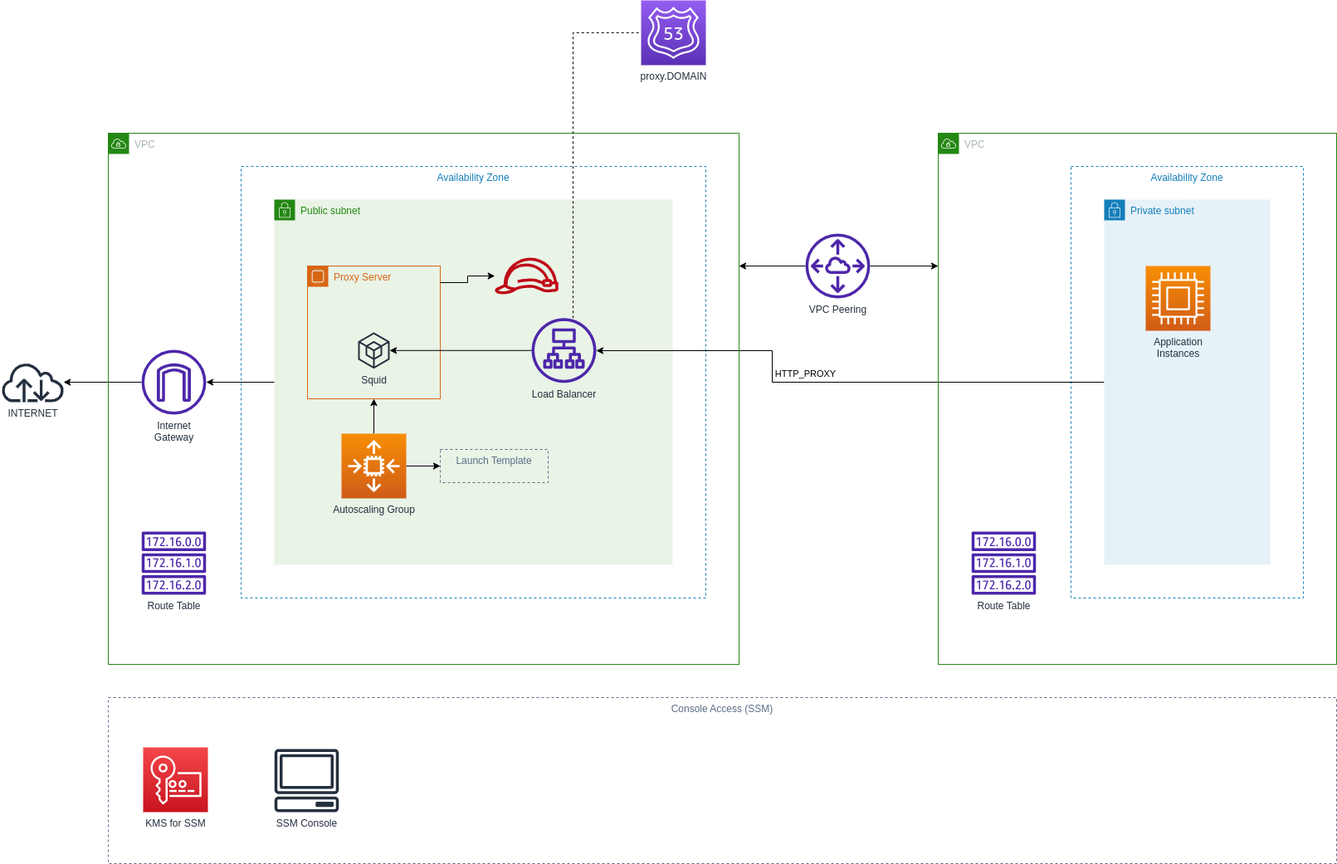
Above: images/vpc_design.png in nicc777/exploring-aws-kinesis (draw.io), before the change. Source tidied: cells renumbered, new cells last; positions are measured from the earlier drawing's top-left corner, leaving out a move shared by most shapes.
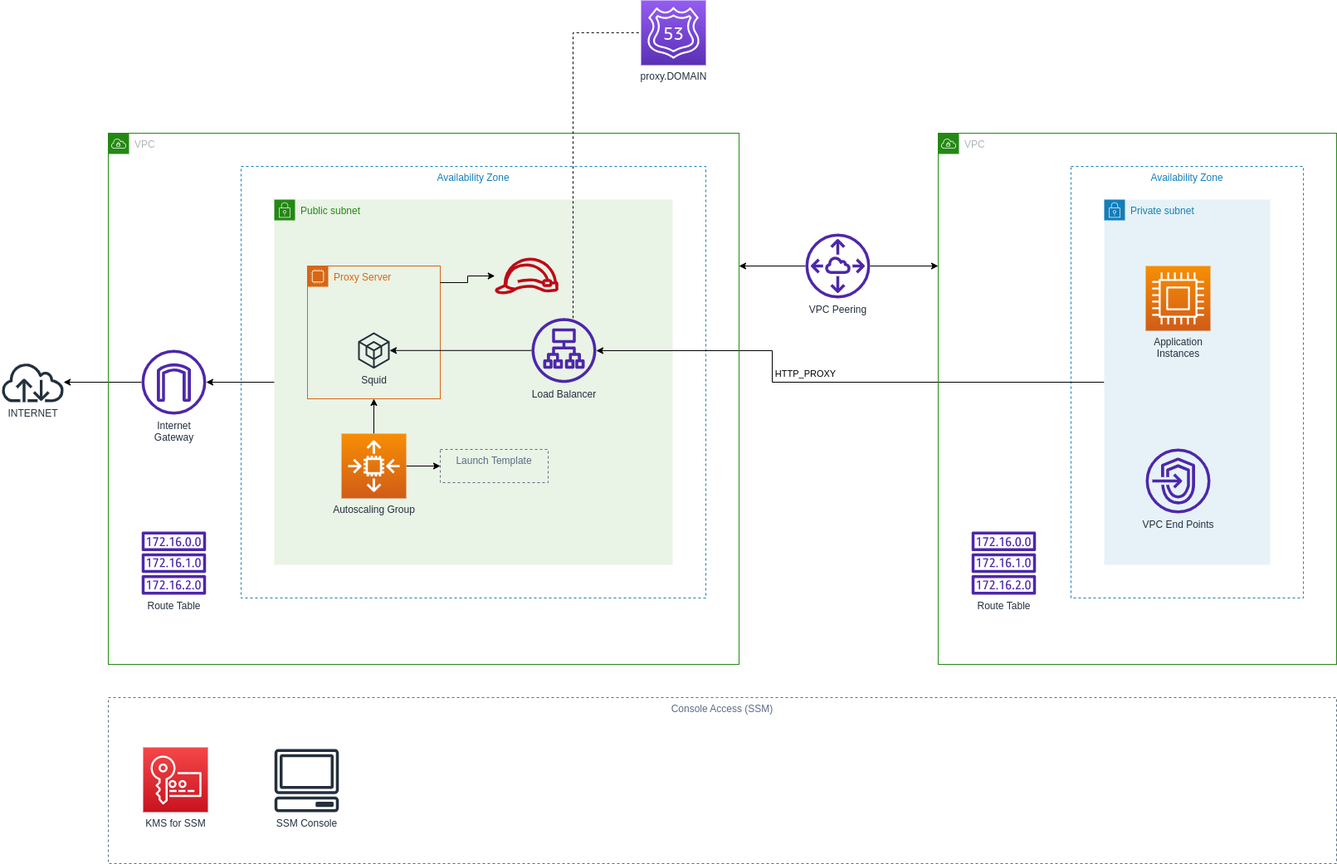
The same diagram one commit later.

What changed in the source:
```diff
@@ -115,5 +115,8 @@
     <mxCell id="34" value="proxy.DOMAIN" style="sketch=0;points=[[0,0,0],[0.25,0,0],[0.5,0,0],[0.75,0,0],[1,0,0],[0,1,0],[0.25,1,0],[0.5,1,0],[0.75,1,0],[1,1,0],[0,0.25,0],[0,0.5,0],[0,0.75,0],[1,0.25,0],[1,0.5,0],[1,0.75,0]];outlineConnect=0;fontColor=#232F3E;gradientColor=#945DF2;gradientDirection=north;fillColor=#5A30B5;strokeColor=#ffffff;dashed=0;verticalLabelPosition=bottom;verticalAlign=top;align=center;html=1;fontSize=12;fontStyle=0;shape=mxgraph.aws4.resourceIcon;resIcon=mxgraph.aws4.route_53;" parent="1" vertex="1">
       <mxGeometry x="772" width="78" height="78" as="geometry" />
     </mxCell>
+    <mxCell id="35" value="VPC End Points" style="sketch=0;fontColor=#232F3E;gradientColor=none;fillColor=#4D27AA;strokeColor=none;dashed=0;verticalLabelPosition=bottom;verticalAlign=top;align=center;html=1;fontSize=12;fontStyle=0;shape=mxgraph.aws4.endpoints;" parent="1" vertex="1">
+      <mxGeometry x="1380" y="540" width="78" height="78" as="geometry" />
+    </mxCell>
   </root>
 </mxGraphModel>
```
